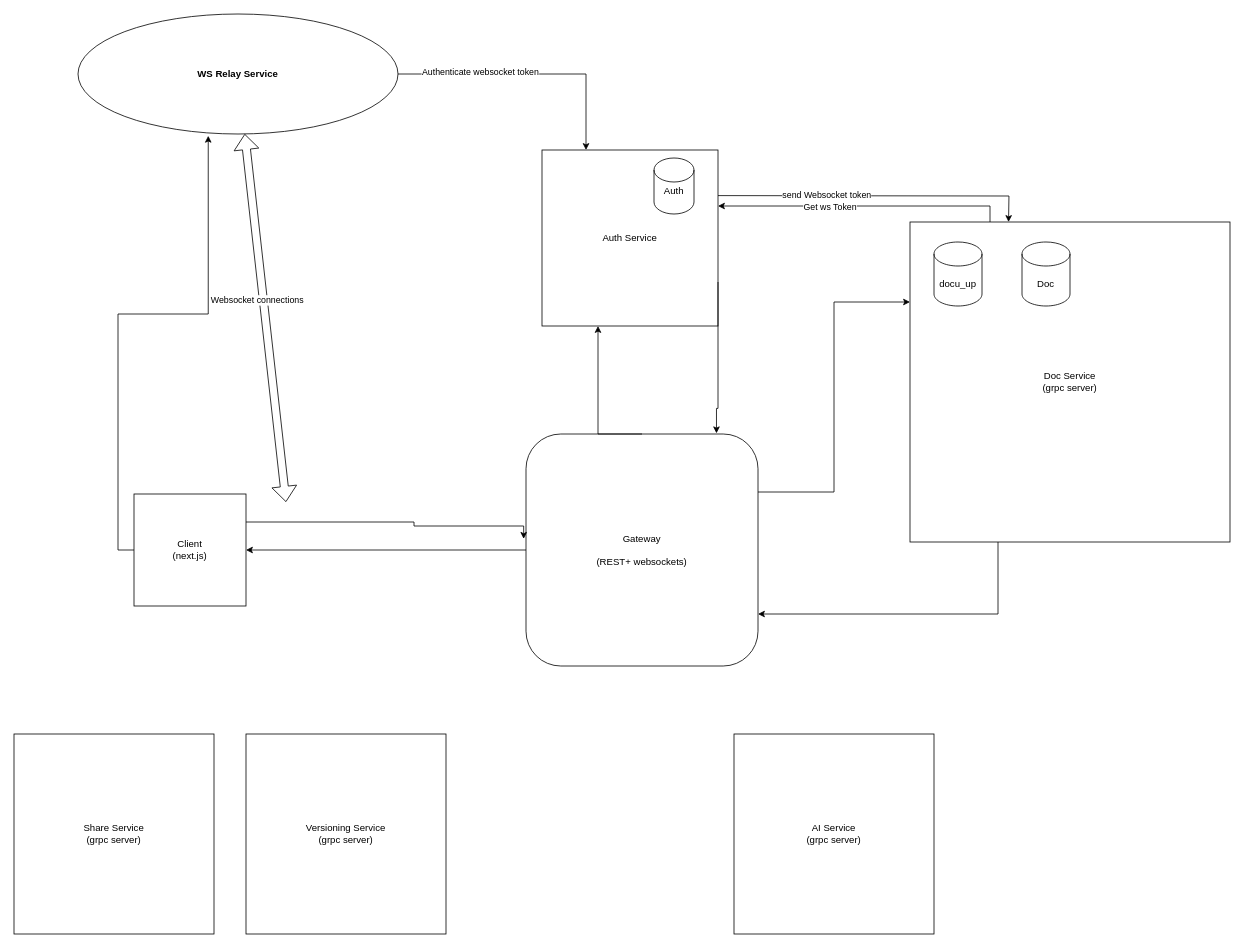
Before: architecture.drawio in jsndz/Kairo, a draw.io diagram. Source tidied: cells renumbered, new cells numbered last; positions are measured from the earlier drawing's top-left corner, leaving out a move shared by most shapes. Both pictures are drawn from the tidied source at 80%, with x=0, y=0 at pixel (14, 14).
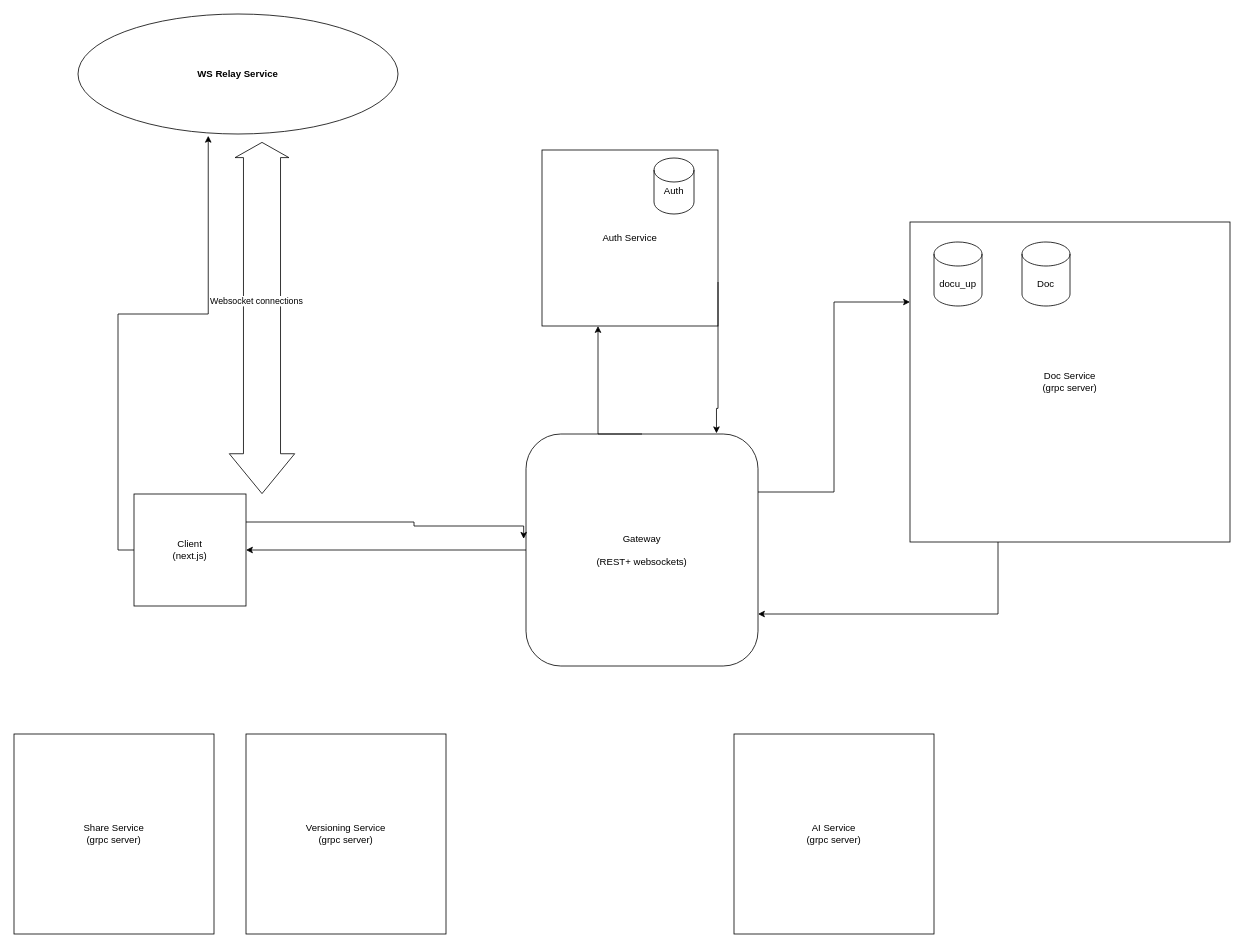
The same diagram, later.

The change refers to these unchanged cells:
```xml
<mxCell id="7" value="Auth Service" style="whiteSpace=wrap;html=1;" parent="1" vertex="1">
  <mxGeometry x="660" y="170" width="220" height="220" as="geometry" />
</mxCell>
<mxCell id="11" value="Doc Service&lt;div&gt;(grpc server)&lt;/div&gt;" style="whiteSpace=wrap;html=1;" parent="1" vertex="1">
  <mxGeometry x="1120" y="260" width="400" height="400" as="geometry" />
</mxCell>
<mxCell id="17" value="&lt;strong&gt;WS Relay Service&lt;/strong&gt;" style="ellipse;whiteSpace=wrap;html=1;" parent="1" vertex="1">
  <mxGeometry x="80" width="400" height="150" as="geometry" />
</mxCell>
```

Diff of the diagram source:
```diff
@@
-    <mxCell id="9" style="edgeStyle=orthogonalEdgeStyle;rounded=0;jettySize=auto;html=1;exitX=0.25;exitY=0;exitDx=0;exitDy=0;" parent="1" edge="1" source="11" target="7">
-      <mxGeometry relative="1" as="geometry">
-        <Array as="points">
-          <mxPoint x="1220" y="240" />
-        </Array>
-      </mxGeometry>
-    </mxCell>
-    <mxCell id="10" value="Get ws Token" style="edgeLabel;html=1;align=center;verticalAlign=middle;" parent="9" vertex="1">
-      <mxGeometry x="0.75" y="1" relative="1" as="geometry">
-        <mxPoint x="94" as="offset" />
-      </mxGeometry>
-    </mxCell>
@@
-    <mxCell id="15" style="edgeStyle=orthogonalEdgeStyle;rounded=0;jettySize=auto;html=1;exitX=1;exitY=0.5;exitDx=0;exitDy=0;entryX=0.25;entryY=0;entryDx=0;entryDy=0;" parent="1" edge="1" source="17" target="7">
-      <mxGeometry relative="1" as="geometry" />
-    </mxCell>
-    <mxCell id="16" value="Authenticate websocket token" style="edgeLabel;html=1;align=center;verticalAlign=middle;" parent="15" vertex="1">
-      <mxGeometry x="-0.38" y="3" relative="1" as="geometry" />
-    </mxCell>
@@
-    <mxCell id="19" style="shape=flexArrow;endArrow=classic;startArrow=classic;html=1;rounded=0;" parent="1" edge="1" target="17">
+    <mxCell id="19" style="shape=flexArrow;endArrow=classic;startArrow=classic;html=1;rounded=0;width=46.31578947368421;startSize=16.273684210526316;startWidth=34.40443213296399;" parent="1" edge="1">
       <mxGeometry relative="1" as="geometry">
-        <mxPoint x="340" y="610" as="sourcePoint" />
+        <mxPoint x="310" y="600" as="sourcePoint" />
+        <mxPoint x="310" y="160" as="targetPoint" />
       </mxGeometry>
     </mxCell>
@@
-    <mxCell id="26" style="edgeStyle=orthogonalEdgeStyle;rounded=0;orthogonalLoop=1;jettySize=auto;html=1;exitX=1;exitY=0.25;exitDx=0;exitDy=0;entryX=0.308;entryY=-0.005;entryDx=0;entryDy=0;entryPerimeter=0;" parent="1" edge="1">
-      <mxGeometry relative="1" as="geometry">
-        <mxPoint x="880" y="227" as="sourcePoint" />
-        <mxPoint x="1243.2" y="260" as="targetPoint" />
-      </mxGeometry>
-    </mxCell>
-    <mxCell id="27" value="send Websocket token" style="edgeLabel;html=1;align=center;verticalAlign=middle;" parent="26" vertex="1">
-      <mxGeometry x="-0.32" y="2" relative="1" as="geometry" />
-    </mxCell>
```
